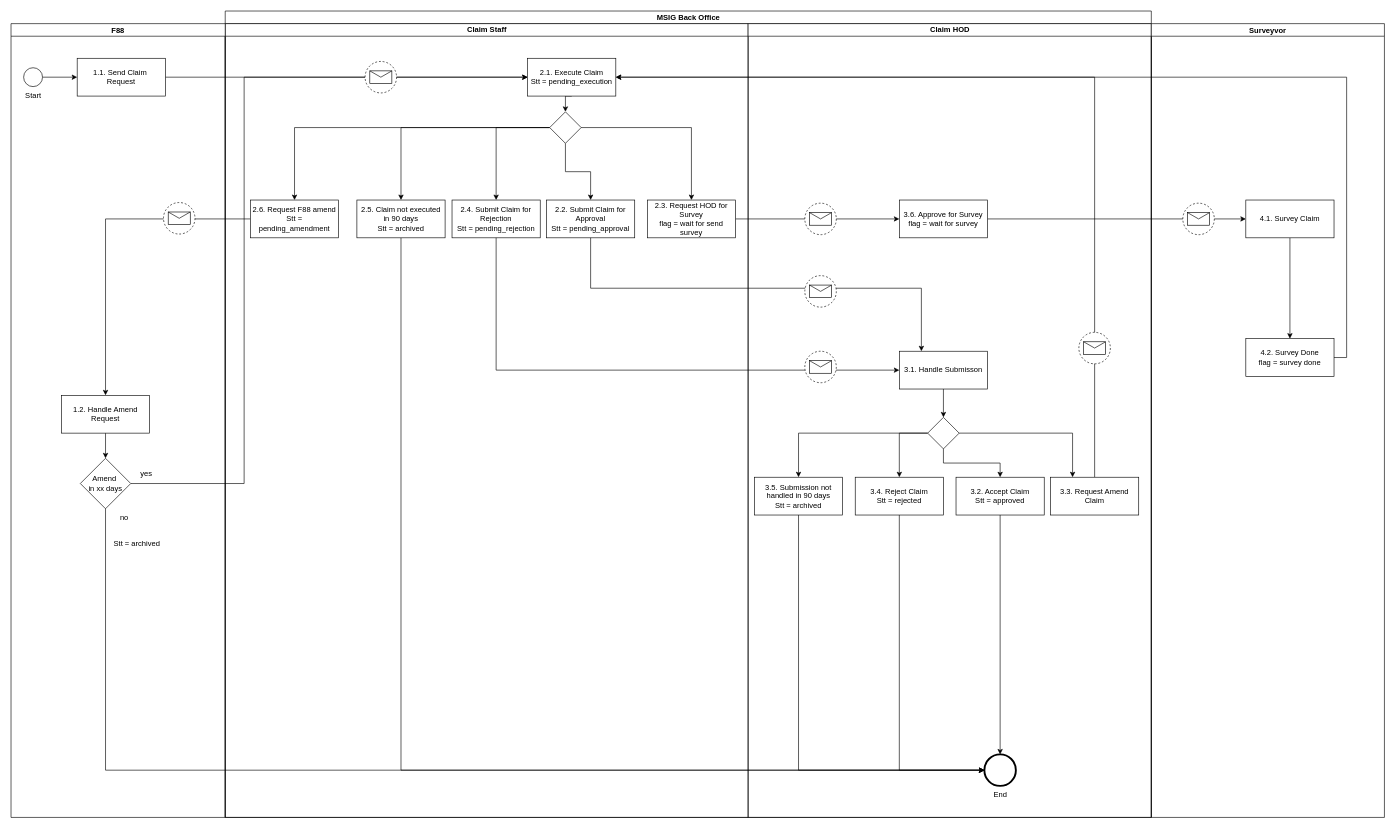
Chris-25/Book keeps this draw.io diagram as Copy of Untitled Diagram.drawio. Above is the earlier version. Source tidied: cells renumbered, new cells numbered last; positions are measured from the earlier drawing's top-left corner, leaving out a move shared by most shapes. Both pictures are drawn from the tidied source at 63%, with x=0, y=0 at pixel (11, 11).
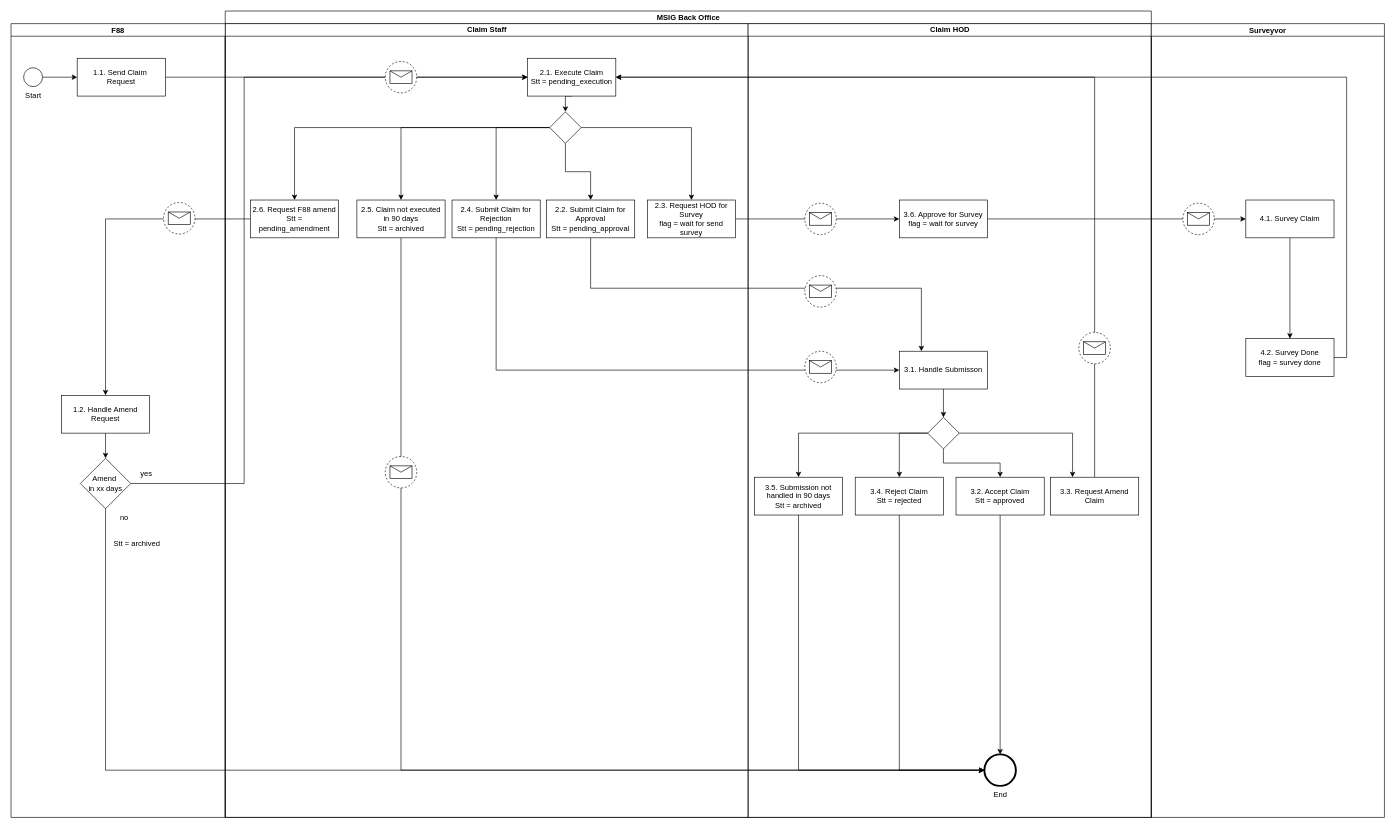
The same diagram, later.

The change refers to these unchanged cells:
```xml
<mxCell id="10" value="Claim Staff" style="swimlane;html=1;startSize=20;" parent="6" vertex="1">
  <mxGeometry y="20" width="830" height="1260" as="geometry" />
</mxCell>
```

Change to the diagram source:
```diff
@@
     <mxCell id="23" style="shape=mxgraph.bpmn.event;html=1;verticalLabelPosition=bottom;labelBackgroundColor=#ffffff;verticalAlign=top;align=center;perimeter=ellipsePerimeter;outline=eventNonint;symbol=message;" parent="10" vertex="1">
-      <mxGeometry x="222" y="60" width="50" height="50" as="geometry" />
+      <mxGeometry x="254" y="60" width="50" height="50" as="geometry" />
     </mxCell>
@@
+    <mxCell id="67" style="shape=mxgraph.bpmn.event;html=1;verticalLabelPosition=bottom;labelBackgroundColor=#ffffff;verticalAlign=top;align=center;perimeter=ellipsePerimeter;outline=eventNonint;symbol=message;" parent="10" vertex="1">
+      <mxGeometry x="254" y="687" width="50" height="50" as="geometry" />
+    </mxCell>
```
